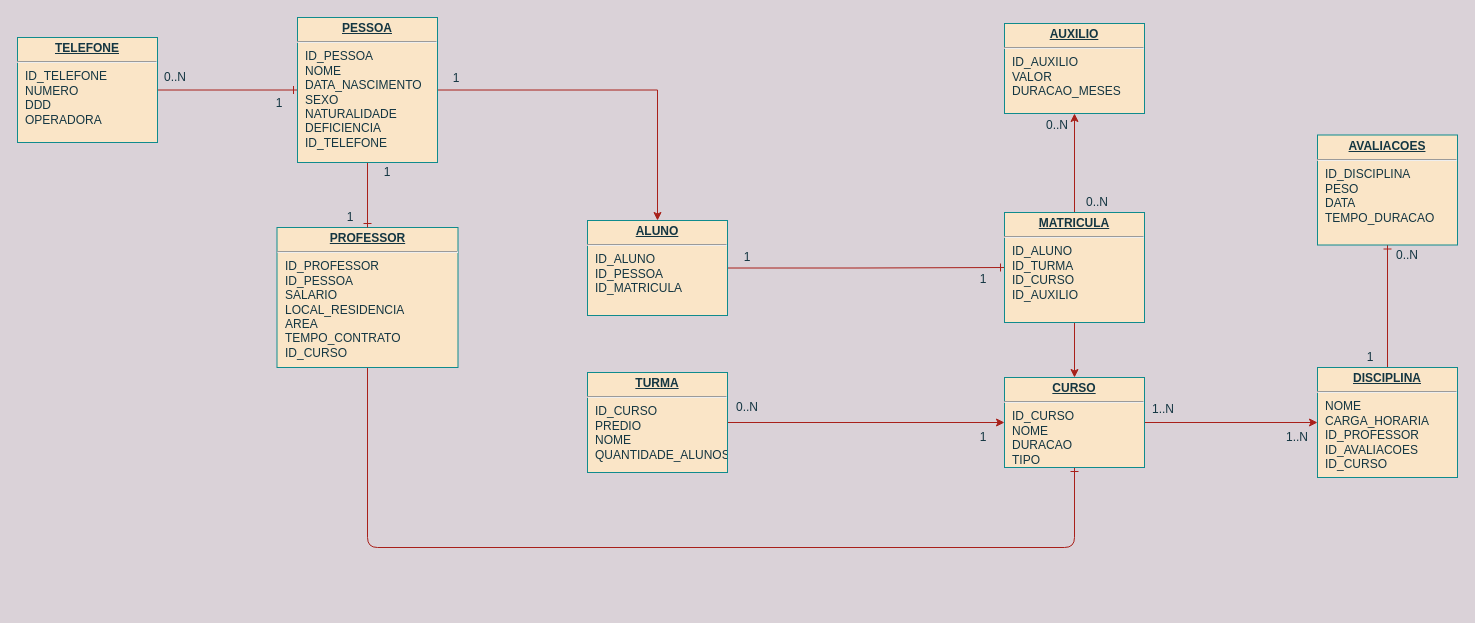
The draw.io diagram modelagemUniversidade.drawio in maxbarboz/modelagemUniversidade, before the edit. Source tidied: cells renumbered, new cells numbered last; positions are measured from the earlier drawing's top-left corner, leaving out a move shared by most shapes. Both pictures are drawn from the tidied source at 100%, with x=0, y=0 at pixel (17, 17).
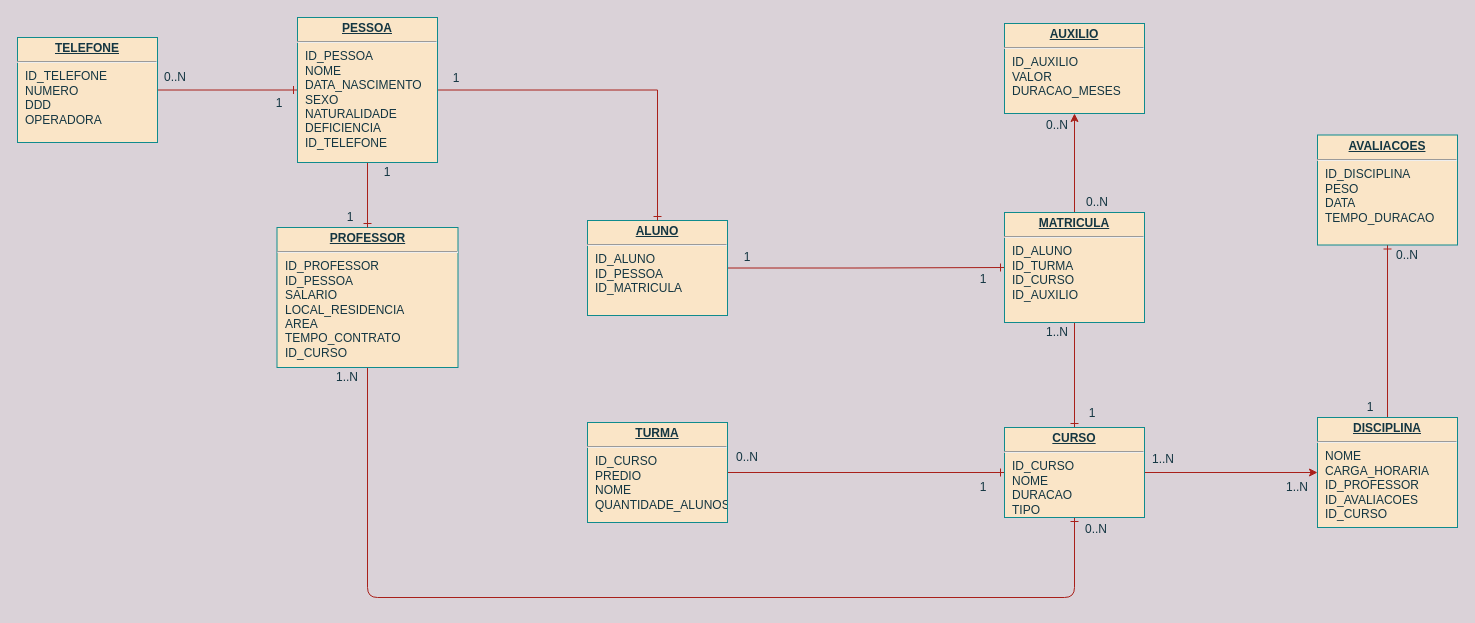
After the change.

Unchanged cells that the change refers to:
```xml
<mxCell id="6" value="&lt;p style=&quot;margin: 0px ; margin-top: 4px ; text-align: center ; text-decoration: underline&quot;&gt;&lt;b&gt;PROFESSOR&lt;/b&gt;&lt;/p&gt;&lt;hr&gt;&lt;p style=&quot;margin: 0px ; margin-left: 8px&quot;&gt;ID_PROFESSOR&lt;/p&gt;&lt;p style=&quot;margin: 0px ; margin-left: 8px&quot;&gt;ID_PESSOA&lt;/p&gt;&lt;p style=&quot;margin: 0px 0px 0px 8px&quot;&gt;SALARIO&lt;/p&gt;&lt;p style=&quot;margin: 0px 0px 0px 8px&quot;&gt;LOCAL_RESIDENCIA&lt;/p&gt;&lt;p style=&quot;margin: 0px 0px 0px 8px&quot;&gt;AREA&lt;/p&gt;&lt;p style=&quot;margin: 0px 0px 0px 8px&quot;&gt;TEMPO_CONTRATO&lt;/p&gt;&lt;p style=&quot;margin: 0px 0px 0px 8px&quot;&gt;ID_CURSO&lt;/p&gt;" style="verticalAlign=top;align=left;overflow=fill;fontSize=12;fontFamily=Helvetica;html=1;rounded=0;shadow=0;comic=0;labelBackgroundColor=none;strokeWidth=1;fillColor=#FAE5C7;strokeColor=#0F8B8D;fontColor=#143642;" parent="1" vertex="1">
  <mxGeometry x="259.5" y="210" width="181" height="140" as="geometry" />
</mxCell>
<mxCell id="10" value="&lt;p style=&quot;margin: 0px ; margin-top: 4px ; text-align: center ; text-decoration: underline&quot;&gt;&lt;b&gt;ALUNO&lt;/b&gt;&lt;/p&gt;&lt;hr&gt;&lt;p style=&quot;margin: 0px ; margin-left: 8px&quot;&gt;ID_ALUNO&lt;/p&gt;&lt;p style=&quot;margin: 0px ; margin-left: 8px&quot;&gt;ID_PESSOA&lt;/p&gt;&lt;p style=&quot;margin: 0px ; margin-left: 8px&quot;&gt;ID_MATRICULA&lt;/p&gt;&lt;p style=&quot;margin: 0px ; margin-left: 8px&quot;&gt;&lt;br&gt;&lt;/p&gt;" style="verticalAlign=top;align=left;overflow=fill;fontSize=12;fontFamily=Helvetica;html=1;rounded=0;shadow=0;comic=0;labelBackgroundColor=none;strokeWidth=1;fillColor=#FAE5C7;strokeColor=#0F8B8D;fontColor=#143642;" parent="1" vertex="1">
  <mxGeometry x="570" y="203" width="140" height="95" as="geometry" />
</mxCell>
<mxCell id="13" value="&lt;p style=&quot;margin: 0px ; margin-top: 4px ; text-align: center ; text-decoration: underline&quot;&gt;&lt;b&gt;PESSOA&lt;/b&gt;&lt;/p&gt;&lt;hr&gt;&lt;p style=&quot;margin: 0px ; margin-left: 8px&quot;&gt;ID_PESSOA&lt;/p&gt;&lt;p style=&quot;margin: 0px ; margin-left: 8px&quot;&gt;NOME&lt;/p&gt;&lt;p style=&quot;margin: 0px ; margin-left: 8px&quot;&gt;DATA_NASCIMENTO&lt;/p&gt;&lt;p style=&quot;margin: 0px ; margin-left: 8px&quot;&gt;SEXO&lt;/p&gt;&lt;p style=&quot;margin: 0px ; margin-left: 8px&quot;&gt;NATURALIDADE&lt;/p&gt;&lt;p style=&quot;margin: 0px ; margin-left: 8px&quot;&gt;DEFICIENCIA&lt;/p&gt;&lt;p style=&quot;margin: 0px ; margin-left: 8px&quot;&gt;ID_TELEFONE&lt;/p&gt;" style="verticalAlign=top;align=left;overflow=fill;fontSize=12;fontFamily=Helvetica;html=1;rounded=0;shadow=0;comic=0;labelBackgroundColor=none;strokeWidth=1;fillColor=#FAE5C7;strokeColor=#0F8B8D;fontColor=#143642;" parent="1" vertex="1">
  <mxGeometry x="280" width="140" height="145" as="geometry" />
</mxCell>
<mxCell id="16" value="&lt;p style=&quot;margin: 0px ; margin-top: 4px ; text-align: center ; text-decoration: underline&quot;&gt;&lt;b&gt;MATRICULA&lt;/b&gt;&lt;/p&gt;&lt;hr&gt;&lt;p style=&quot;margin: 0px ; margin-left: 8px&quot;&gt;ID_ALUNO&lt;br&gt;ID_TURMA&lt;br&gt;ID_CURSO&lt;/p&gt;&lt;p style=&quot;margin: 0px ; margin-left: 8px&quot;&gt;ID_AUXILIO&lt;/p&gt;" style="verticalAlign=top;align=left;overflow=fill;fontSize=12;fontFamily=Helvetica;html=1;rounded=0;shadow=0;comic=0;labelBackgroundColor=none;strokeWidth=1;fillColor=#FAE5C7;strokeColor=#0F8B8D;fontColor=#143642;" parent="1" vertex="1">
  <mxGeometry x="987" y="195" width="140" height="110" as="geometry" />
</mxCell>
```

What changed in the source:
```diff
@@
     <mxCell id="3" value="&lt;p style=&quot;margin: 0px ; margin-top: 4px ; text-align: center ; text-decoration: underline&quot;&gt;&lt;b&gt;DISCIPLINA&lt;/b&gt;&lt;/p&gt;&lt;hr&gt;&lt;p style=&quot;margin: 0px ; margin-left: 8px&quot;&gt;NOME&lt;/p&gt;&lt;p style=&quot;margin: 0px ; margin-left: 8px&quot;&gt;CARGA_HORARIA&lt;/p&gt;&lt;p style=&quot;margin: 0px ; margin-left: 8px&quot;&gt;ID_PROFESSOR&lt;/p&gt;&lt;p style=&quot;margin: 0px ; margin-left: 8px&quot;&gt;ID_AVALIACOES&lt;/p&gt;&lt;p style=&quot;margin: 0px ; margin-left: 8px&quot;&gt;ID_CURSO&lt;/p&gt;&lt;p style=&quot;margin: 0px ; margin-left: 8px&quot;&gt;&lt;br&gt;&lt;/p&gt;" style="verticalAlign=top;align=left;overflow=fill;fontSize=12;fontFamily=Helvetica;html=1;rounded=0;shadow=0;comic=0;labelBackgroundColor=none;strokeWidth=1;fillColor=#FAE5C7;strokeColor=#0F8B8D;fontColor=#143642;" parent="1" vertex="1">
-      <mxGeometry x="1300" y="350" width="140" height="110" as="geometry" />
+      <mxGeometry x="1300" y="400" width="140" height="110" as="geometry" />
     </mxCell>
@@
     <mxCell id="5" style="edgeStyle=orthogonalEdgeStyle;curved=0;rounded=1;sketch=0;jettySize=auto;html=1;exitX=0.5;exitY=1;exitDx=0;exitDy=0;entryX=0.5;entryY=1;entryDx=0;entryDy=0;endArrow=ERone;endFill=0;strokeColor=#A8201A;fillColor=#FAE5C7;fontColor=#143642;" parent="1" edge="1" source="6" target="20">
       <mxGeometry relative="1" as="geometry">
         <Array as="points">
-          <mxPoint x="350" y="530" />
-          <mxPoint x="1057" y="530" />
+          <mxPoint x="350" y="580" />
+          <mxPoint x="1057" y="580" />
         </Array>
       </mxGeometry>
     </mxCell>
@@
-    <mxCell id="11" style="edgeStyle=orthogonalEdgeStyle;rounded=0;jettySize=auto;html=1;exitX=1;exitY=0.5;exitDx=0;exitDy=0;entryX=0.5;entryY=0;entryDx=0;entryDy=0;strokeColor=#A8201A;fontColor=#143642;labelBackgroundColor=#DAD2D8;" parent="1" edge="1" source="13" target="10">
+    <mxCell id="11" style="edgeStyle=orthogonalEdgeStyle;rounded=0;jettySize=auto;html=1;exitX=1;exitY=0.5;exitDx=0;exitDy=0;entryX=0.5;entryY=0;entryDx=0;entryDy=0;strokeColor=#A8201A;fontColor=#143642;labelBackgroundColor=#DAD2D8;endArrow=ERone;endFill=0;" parent="1" edge="1" source="13" target="10">
       <mxGeometry relative="1" as="geometry" />
     </mxCell>
@@
-    <mxCell id="15" style="edgeStyle=orthogonalEdgeStyle;rounded=0;jettySize=auto;html=1;exitX=0.5;exitY=1;exitDx=0;exitDy=0;strokeColor=#A8201A;fontColor=#143642;labelBackgroundColor=#DAD2D8;" parent="1" edge="1" source="16" target="20">
+    <mxCell id="15" style="edgeStyle=orthogonalEdgeStyle;rounded=0;jettySize=auto;html=1;exitX=0.5;exitY=1;exitDx=0;exitDy=0;strokeColor=#A8201A;fontColor=#143642;labelBackgroundColor=#DAD2D8;endArrow=ERone;endFill=0;" parent="1" edge="1" source="16" target="20">
       <mxGeometry relative="1" as="geometry" />
     </mxCell>
@@
-    <mxCell id="17" style="edgeStyle=orthogonalEdgeStyle;rounded=0;jettySize=auto;html=1;exitX=1;exitY=0.5;exitDx=0;exitDy=0;entryX=0;entryY=0.5;entryDx=0;entryDy=0;strokeColor=#A8201A;fontColor=#143642;labelBackgroundColor=#DAD2D8;" parent="1" edge="1" source="18" target="20">
+    <mxCell id="17" style="edgeStyle=orthogonalEdgeStyle;rounded=0;jettySize=auto;html=1;exitX=1;exitY=0.5;exitDx=0;exitDy=0;entryX=0;entryY=0.5;entryDx=0;entryDy=0;strokeColor=#A8201A;fontColor=#143642;labelBackgroundColor=#DAD2D8;endArrow=ERone;endFill=0;" parent="1" edge="1" source="18" target="20">
       <mxGeometry relative="1" as="geometry" />
     </mxCell>
     <mxCell id="18" value="&lt;p style=&quot;margin: 0px ; margin-top: 4px ; text-align: center ; text-decoration: underline&quot;&gt;&lt;b&gt;TURMA&lt;/b&gt;&lt;/p&gt;&lt;hr&gt;&lt;p style=&quot;margin: 0px ; margin-left: 8px&quot;&gt;ID_CURSO&lt;/p&gt;&lt;p style=&quot;margin: 0px ; margin-left: 8px&quot;&gt;PREDIO&lt;/p&gt;&lt;p style=&quot;margin: 0px ; margin-left: 8px&quot;&gt;NOME&lt;/p&gt;&lt;p style=&quot;margin: 0px ; margin-left: 8px&quot;&gt;QUANTIDADE_ALUNOS&lt;/p&gt;&lt;p style=&quot;margin: 0px ; margin-left: 8px&quot;&gt;&lt;br&gt;&lt;/p&gt;" style="verticalAlign=top;align=left;overflow=fill;fontSize=12;fontFamily=Helvetica;html=1;rounded=0;shadow=0;comic=0;labelBackgroundColor=none;strokeWidth=1;fillColor=#FAE5C7;strokeColor=#0F8B8D;fontColor=#143642;" parent="1" vertex="1">
-      <mxGeometry x="570" y="355" width="140" height="100" as="geometry" />
+      <mxGeometry x="570" y="405" width="140" height="100" as="geometry" />
     </mxCell>
@@
     <mxCell id="20" value="&lt;p style=&quot;margin: 0px ; margin-top: 4px ; text-align: center ; text-decoration: underline&quot;&gt;&lt;b&gt;CURSO&lt;/b&gt;&lt;/p&gt;&lt;hr&gt;&lt;p style=&quot;margin: 0px ; margin-left: 8px&quot;&gt;ID_CURSO&lt;/p&gt;&lt;p style=&quot;margin: 0px ; margin-left: 8px&quot;&gt;NOME&lt;/p&gt;&lt;p style=&quot;margin: 0px ; margin-left: 8px&quot;&gt;DURACAO&lt;/p&gt;&lt;p style=&quot;margin: 0px ; margin-left: 8px&quot;&gt;TIPO&lt;/p&gt;" style="verticalAlign=top;align=left;overflow=fill;fontSize=12;fontFamily=Helvetica;html=1;rounded=0;shadow=0;comic=0;labelBackgroundColor=none;strokeWidth=1;fillColor=#FAE5C7;strokeColor=#0F8B8D;fontColor=#143642;" parent="1" vertex="1">
-      <mxGeometry x="987" y="360" width="140" height="90" as="geometry" />
+      <mxGeometry x="987" y="410" width="140" height="90" as="geometry" />
     </mxCell>
@@
     <mxCell id="30" value="0..N" style="text;html=1;strokeColor=none;fillColor=none;align=center;verticalAlign=middle;whiteSpace=wrap;rounded=0;fontColor=#143642;" parent="1" vertex="1">
-      <mxGeometry x="710" y="380" width="40" height="20" as="geometry" />
+      <mxGeometry x="710" y="430" width="40" height="20" as="geometry" />
     </mxCell>
     <mxCell id="31" value="1" style="text;html=1;strokeColor=none;fillColor=none;align=center;verticalAlign=middle;whiteSpace=wrap;rounded=0;fontColor=#143642;" parent="1" vertex="1">
-      <mxGeometry x="946" y="410" width="40" height="20" as="geometry" />
+      <mxGeometry x="946" y="460" width="40" height="20" as="geometry" />
     </mxCell>
     <mxCell id="32" value="1..N" style="text;html=1;strokeColor=none;fillColor=none;align=center;verticalAlign=middle;whiteSpace=wrap;rounded=0;fontColor=#143642;" parent="1" vertex="1">
-      <mxGeometry x="1260" y="410" width="40" height="20" as="geometry" />
+      <mxGeometry x="1260" y="460" width="40" height="20" as="geometry" />
     </mxCell>
     <mxCell id="33" value="1..N" style="text;html=1;strokeColor=none;fillColor=none;align=center;verticalAlign=middle;whiteSpace=wrap;rounded=0;fontColor=#143642;" parent="1" vertex="1">
-      <mxGeometry x="1126" y="382" width="40" height="20" as="geometry" />
+      <mxGeometry x="1126" y="432" width="40" height="20" as="geometry" />
     </mxCell>
@@
     <mxCell id="35" value="1" style="text;html=1;strokeColor=none;fillColor=none;align=center;verticalAlign=middle;whiteSpace=wrap;rounded=0;fontColor=#143642;" parent="1" vertex="1">
-      <mxGeometry x="1333" y="330" width="40" height="20" as="geometry" />
+      <mxGeometry x="1333" y="380" width="40" height="20" as="geometry" />
     </mxCell>
@@
+    <mxCell id="38" value="0..N" style="text;html=1;strokeColor=none;fillColor=none;align=center;verticalAlign=middle;whiteSpace=wrap;rounded=0;fontColor=#143642;" parent="1" vertex="1">
+      <mxGeometry x="1059" y="502" width="40" height="20" as="geometry" />
+    </mxCell>
+    <mxCell id="39" value="1..N" style="text;html=1;strokeColor=none;fillColor=none;align=center;verticalAlign=middle;whiteSpace=wrap;rounded=0;fontColor=#143642;" parent="1" vertex="1">
+      <mxGeometry x="310" y="350" width="40" height="20" as="geometry" />
+    </mxCell>
+    <mxCell id="40" value="1..N" style="text;html=1;strokeColor=none;fillColor=none;align=center;verticalAlign=middle;whiteSpace=wrap;rounded=0;fontColor=#143642;" parent="1" vertex="1">
+      <mxGeometry x="1020" y="305" width="40" height="20" as="geometry" />
+    </mxCell>
+    <mxCell id="41" value="1" style="text;html=1;strokeColor=none;fillColor=none;align=center;verticalAlign=middle;whiteSpace=wrap;rounded=0;fontColor=#143642;" parent="1" vertex="1">
+      <mxGeometry x="1055" y="386" width="40" height="20" as="geometry" />
+    </mxCell>
```
